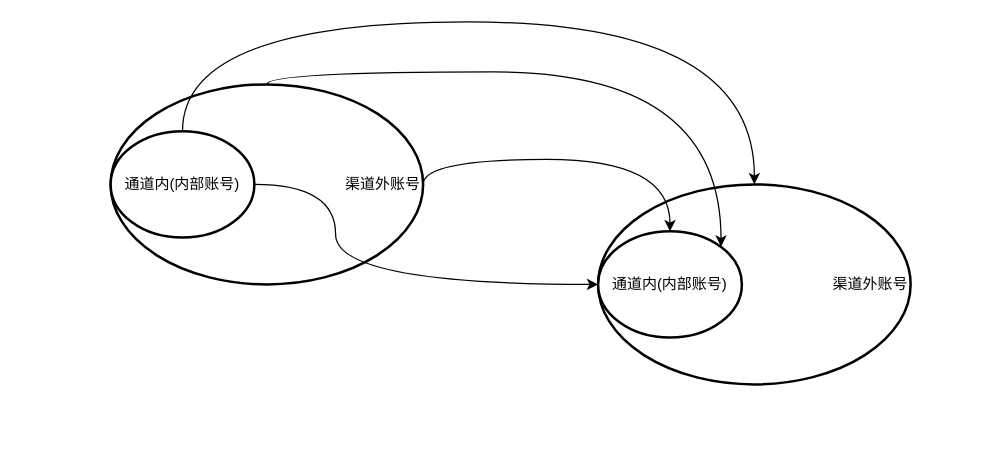
Above: LLSI/支付通道付款路由.drawio in 0573xieguojia/To-program (draw.io), before the change. Source tidied: cells renumbered, new cells numbered last; positions are measured from the earlier drawing's top-left corner, leaving out a move shared by most shapes. Both pictures are drawn from the tidied source at 125%, with x=0, y=0 at pixel (110, 21).
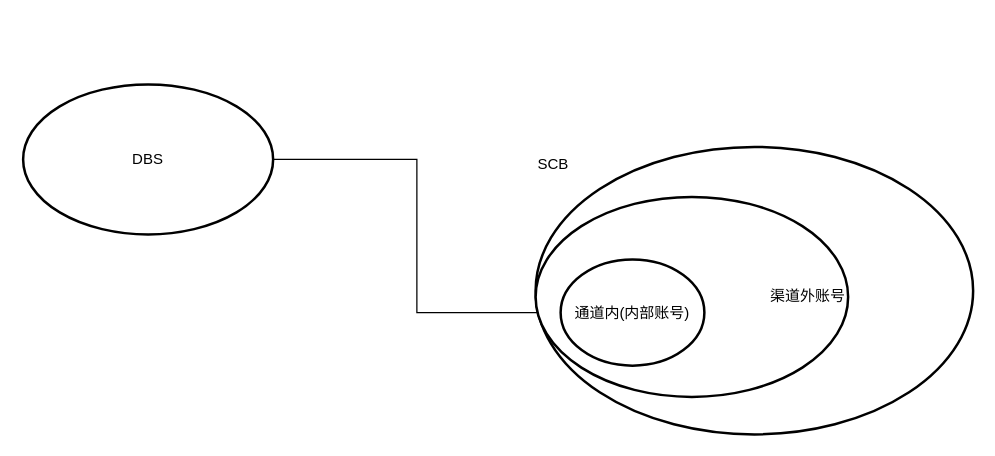
The same diagram, later.

Commit message:
更新支付通道付款路由.drawio

Change to the diagram source:
```diff
@@
 <mxGraphModel>
   <root>
     <mxCell id="0" />
     <mxCell id="1" parent="0" />
-    <mxCell id="2" value="渠道外账号" style="strokeWidth=2;html=1;shape=mxgraph.flowchart.start_1;whiteSpace=wrap;align=right;" parent="1" vertex="1">
-      <mxGeometry y="50" width="250" height="160" as="geometry" />
-    </mxCell>
-    <mxCell id="3" style="edgeStyle=orthogonalEdgeStyle;rounded=0;jettySize=auto;html=1;exitX=1;exitY=0.5;exitDx=0;exitDy=0;exitPerimeter=0;entryX=0;entryY=0.5;entryDx=0;entryDy=0;entryPerimeter=0;curved=1;" parent="1" edge="1" source="5" target="7">
-      <mxGeometry relative="1" as="geometry">
-        <Array as="points">
-          <mxPoint x="180" y="130" />
-          <mxPoint x="180" y="210" />
-        </Array>
-      </mxGeometry>
-    </mxCell>
-    <mxCell id="4" style="edgeStyle=orthogonalEdgeStyle;rounded=0;jettySize=auto;html=1;exitX=0.5;exitY=0;exitDx=0;exitDy=0;exitPerimeter=0;entryX=0.5;entryY=0;entryDx=0;entryDy=0;entryPerimeter=0;curved=1;" parent="1" edge="1" source="5" target="6">
-      <mxGeometry relative="1" as="geometry">
-        <Array as="points">
-          <mxPoint x="58" />
-          <mxPoint x="515" />
-        </Array>
-      </mxGeometry>
-    </mxCell>
-    <mxCell id="5" value="通道内(内部账号)" style="strokeWidth=2;html=1;shape=mxgraph.flowchart.start_1;whiteSpace=wrap;" parent="1" vertex="1">
-      <mxGeometry y="87.5" width="115" height="85" as="geometry" />
-    </mxCell>
+    <mxCell id="10" value="SCB" style="strokeWidth=2;html=1;shape=mxgraph.flowchart.start_1;whiteSpace=wrap;align=left;horizontal=1;verticalAlign=top;" parent="1" vertex="1">
+      <mxGeometry x="340" y="100" width="350" height="230" as="geometry" />
+    </mxCell>
+    <mxCell id="11" style="edgeStyle=orthogonalEdgeStyle;rounded=0;jettySize=auto;html=1;entryX=0;entryY=0.5;entryDx=0;entryDy=0;entryPerimeter=0;" parent="1" edge="1" source="12" target="7">
+      <mxGeometry relative="1" as="geometry" />
+    </mxCell>
+    <mxCell id="12" value="DBS" style="strokeWidth=2;html=1;shape=mxgraph.flowchart.start_1;whiteSpace=wrap;align=center;horizontal=1;verticalAlign=middle;" parent="1" vertex="1">
+      <mxGeometry x="-70" y="50" width="200" height="120" as="geometry" />
+    </mxCell>
     <mxCell id="6" value="渠道外账号" style="strokeWidth=2;html=1;shape=mxgraph.flowchart.start_1;whiteSpace=wrap;align=right;" parent="1" vertex="1">
-      <mxGeometry x="390" y="130" width="250" height="160" as="geometry" />
+      <mxGeometry x="340" y="140" width="250" height="160" as="geometry" />
     </mxCell>
     <mxCell id="7" value="通道内(内部账号)" style="strokeWidth=2;html=1;shape=mxgraph.flowchart.start_1;whiteSpace=wrap;" parent="1" vertex="1">
-      <mxGeometry x="390" y="167.5" width="115" height="85" as="geometry" />
+      <mxGeometry x="360" y="190" width="115" height="85" as="geometry" />
     </mxCell>
-    <mxCell id="8" style="edgeStyle=orthogonalEdgeStyle;rounded=0;jettySize=auto;html=1;exitX=1;exitY=0.5;exitDx=0;exitDy=0;exitPerimeter=0;entryX=0.5;entryY=0;entryDx=0;entryDy=0;entryPerimeter=0;curved=1;" parent="1" edge="1" source="2" target="7">
-      <mxGeometry relative="1" as="geometry">
-        <Array as="points">
-          <mxPoint x="250" y="110" />
-          <mxPoint x="448" y="110" />
-        </Array>
-      </mxGeometry>
-    </mxCell>
-    <mxCell id="9" style="edgeStyle=orthogonalEdgeStyle;rounded=0;jettySize=auto;html=1;exitX=0.5;exitY=0;exitDx=0;exitDy=0;exitPerimeter=0;entryX=0.855;entryY=0.145;entryDx=0;entryDy=0;entryPerimeter=0;curved=1;" parent="1" edge="1" source="2" target="7">
-      <mxGeometry relative="1" as="geometry">
-        <Array as="points">
-          <mxPoint x="125" y="40" />
-          <mxPoint x="488" y="40" />
-        </Array>
-      </mxGeometry>
-    </mxCell>
   </root>
 </mxGraphModel>
```
